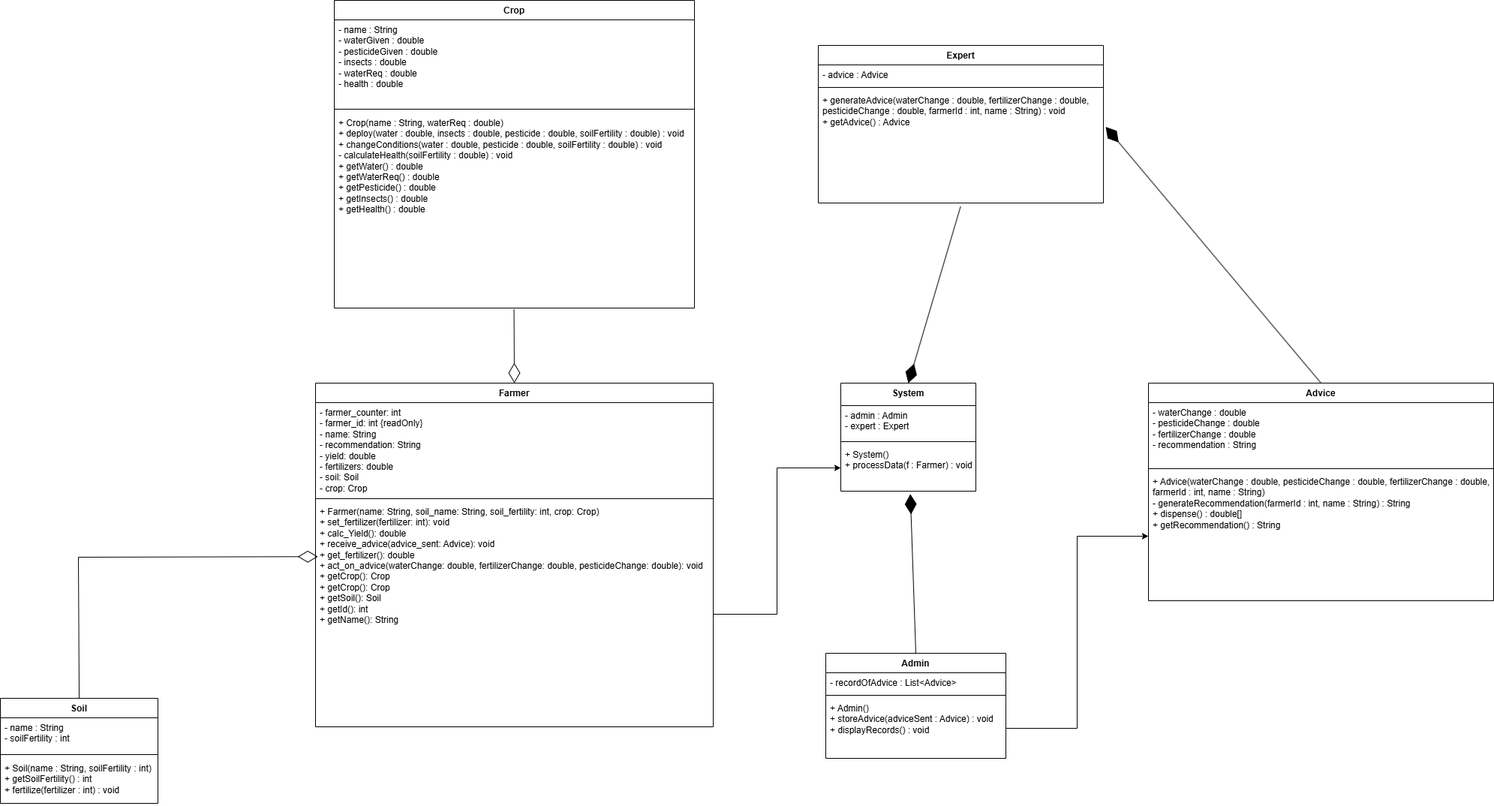
Before: CaseStudy.drawio.png, a diagram exported from draw.io (Harshadeep73/Case-Study). Source tidied: cells renumbered, new cells last; positions are measured from the earlier drawing's top-left corner, leaving out a move shared by most shapes. Its diagram source:
```xml
<mxGraphModel>
  <root>
    <mxCell id="0" />
    <mxCell id="1" parent="0" />
    <mxCell id="2" value="Farmer" style="swimlane;fontStyle=1;align=center;verticalAlign=top;horizontal=1;startSize=26;whiteSpace=wrap;html=1;" parent="1" vertex="1">
      <mxGeometry x="420" y="510" width="530" height="458" as="geometry" />
    </mxCell>
    <mxCell id="3" value="&lt;div&gt;- farmer_counter: int&lt;/div&gt;&lt;div&gt;- farmer_id: int {readOnly}&lt;/div&gt;&lt;div&gt;- name: String&lt;/div&gt;&lt;div&gt;- recommendation: String&lt;/div&gt;&lt;div&gt;- yield: double&lt;/div&gt;&lt;div&gt;- fertilizers: double&lt;/div&gt;&lt;div&gt;- soil: Soil&lt;/div&gt;&lt;div&gt;- crop: Crop&lt;/div&gt;" style="text;strokeColor=none;fillColor=none;align=left;verticalAlign=top;spacingLeft=4;spacingRight=4;overflow=hidden;whiteSpace=wrap;html=1;" parent="2" vertex="1">
      <mxGeometry y="26" width="530" height="124" as="geometry" />
    </mxCell>
    <mxCell id="4" style="line;strokeWidth=1;fillColor=none;align=left;verticalAlign=middle;spacingTop=-1;spacingLeft=3;spacingRight=3;labelPosition=right;strokeColor=inherit;" parent="2" vertex="1">
      <mxGeometry y="150" width="530" height="8" as="geometry" />
    </mxCell>
    <mxCell id="5" value="&lt;div&gt;+ Farmer(name: String, soil_name: String, soil_fertility: int, crop: Crop)&lt;/div&gt;&lt;div&gt;+ set_fertilizer(fertilizer: int): void&lt;/div&gt;&lt;div&gt;+ calc_Yield(): double&lt;/div&gt;&lt;div&gt;+ receive_advice(advice_sent: Advice): void&lt;/div&gt;&lt;div&gt;+ get_fertilizer(): double&lt;/div&gt;&lt;div&gt;+ act_on_advice(waterChange: double, fertilizerChange: double, pesticideChange: double): void&lt;/div&gt;&lt;div&gt;+ getCrop(): Crop&lt;/div&gt;&lt;div&gt;+ getCrop(): Crop&lt;/div&gt;&lt;div&gt;+ getSoil(): Soil&lt;/div&gt;&lt;div&gt;+ getId(): int&lt;/div&gt;&lt;div&gt;+ getName(): String&lt;/div&gt;" style="text;strokeColor=none;fillColor=none;align=left;verticalAlign=top;spacingLeft=4;spacingRight=4;overflow=hidden;points=[[0,0.5],[1,0.5]];portConstraint=eastwest;whiteSpace=wrap;html=1;" parent="2" vertex="1">
      <mxGeometry y="158" width="530" height="300" as="geometry" />
    </mxCell>
    <mxCell id="6" value="Crop" style="swimlane;fontStyle=1;align=center;verticalAlign=top;horizontal=1;startSize=26;whiteSpace=wrap;html=1;" parent="1" vertex="1">
      <mxGeometry x="445" width="480" height="410" as="geometry" />
    </mxCell>
    <mxCell id="7" value="- name : String&lt;br&gt;- waterGiven : double&lt;br&gt;- pesticideGiven : double&lt;br&gt;- insects : double&lt;br&gt;- waterReq : double&lt;br&gt;- health : double" style="text;strokeColor=none;fillColor=none;align=left;verticalAlign=top;spacingLeft=4;spacingRight=4;overflow=hidden;whiteSpace=wrap;html=1;" parent="6" vertex="1">
      <mxGeometry y="26" width="480" height="114" as="geometry" />
    </mxCell>
    <mxCell id="8" style="line;strokeWidth=1;fillColor=none;align=left;verticalAlign=middle;spacingTop=-1;spacingLeft=3;spacingRight=3;labelPosition=right;strokeColor=inherit;" parent="6" vertex="1">
      <mxGeometry y="140" width="480" height="10" as="geometry" />
    </mxCell>
    <mxCell id="9" value="+ Crop(name : String, waterReq : double)&lt;br&gt;+ deploy(water : double, insects : double, pesticide : double, soilFertility : double) : void&lt;br&gt;+ changeConditions(water : double, pesticide : double, soilFertility : double) : void&lt;br&gt;- calculateHealth(soilFertility : double) : void&lt;br&gt;+ getWater() : double&lt;br&gt;+ getWaterReq() : double&lt;br&gt;+ getPesticide() : double&lt;br&gt;+ getInsects() : double&lt;br&gt;+ getHealth() : double" style="text;strokeColor=none;fillColor=none;align=left;verticalAlign=top;spacingLeft=4;spacingRight=4;overflow=hidden;points=[[0,0.5],[1,0.5]];portConstraint=eastwest;whiteSpace=wrap;html=1;" parent="6" vertex="1">
      <mxGeometry y="150" width="480" height="260" as="geometry" />
    </mxCell>
    <mxCell id="10" style="edgeStyle=orthogonalEdgeStyle;rounded=0;orthogonalLoop=1;jettySize=auto;html=1;exitX=1;exitY=0.5;exitDx=0;exitDy=0;" parent="6" edge="1" source="9" target="9">
      <mxGeometry relative="1" as="geometry" />
    </mxCell>
    <mxCell id="11" style="endArrow=diamondThin;endFill=0;endSize=24;html=1;rounded=0;exitX=0.499;exitY=1.006;exitDx=0;exitDy=0;fontStyle=1;entryX=0.5;entryY=0;entryDx=0;entryDy=0;exitPerimeter=0;" parent="1" edge="1" source="9" target="2">
      <mxGeometry relative="1" as="geometry" />
    </mxCell>
    <mxCell id="12" value="Soil" style="swimlane;fontStyle=1;align=center;verticalAlign=top;horizontal=1;startSize=26;whiteSpace=wrap;html=1;" parent="1" vertex="1">
      <mxGeometry y="930" width="210" height="140" as="geometry" />
    </mxCell>
    <mxCell id="13" value="- name : String&lt;br&gt;- soilFertility : int" style="text;strokeColor=none;fillColor=none;align=left;verticalAlign=top;spacingLeft=4;spacingRight=4;overflow=hidden;whiteSpace=wrap;html=1;" parent="12" vertex="1">
      <mxGeometry y="26" width="210" height="44" as="geometry" />
    </mxCell>
    <mxCell id="14" style="line;strokeWidth=1;fillColor=none;align=left;verticalAlign=middle;spacingTop=-1;spacingLeft=3;spacingRight=3;labelPosition=right;strokeColor=inherit;" parent="12" vertex="1">
      <mxGeometry y="70" width="210" height="10" as="geometry" />
    </mxCell>
    <mxCell id="15" value="+ Soil(name : String, soilFertility : int)&lt;br&gt;+ getSoilFertility() : int&lt;br&gt;+ fertilize(fertilizer : int) : void" style="text;strokeColor=none;fillColor=none;align=left;verticalAlign=top;spacingLeft=4;spacingRight=4;overflow=hidden;whiteSpace=wrap;html=1;" parent="12" vertex="1">
      <mxGeometry y="80" width="210" height="60" as="geometry" />
    </mxCell>
    <mxCell id="16" style="endArrow=diamondThin;endFill=0;endSize=24;html=1;rounded=0;exitX=0.5;exitY=0;exitDx=0;exitDy=0;entryX=0.006;entryY=0.244;entryDx=0;entryDy=0;entryPerimeter=0;" parent="1" edge="1" source="12" target="5">
      <mxGeometry relative="1" as="geometry">
        <Array as="points">
          <mxPoint x="104" y="742" />
        </Array>
      </mxGeometry>
    </mxCell>
    <mxCell id="17" value="Admin" style="swimlane;fontStyle=1;align=center;verticalAlign=top;horizontal=1;startSize=26;whiteSpace=wrap;html=1;" parent="1" vertex="1">
      <mxGeometry x="1100" y="870" width="240" height="140" as="geometry" />
    </mxCell>
    <mxCell id="18" value="- recordOfAdvice : List&amp;lt;Advice&amp;gt;" style="text;strokeColor=none;fillColor=none;align=left;verticalAlign=top;spacingLeft=4;spacingRight=4;overflow=hidden;whiteSpace=wrap;html=1;" parent="17" vertex="1">
      <mxGeometry y="26" width="240" height="26" as="geometry" />
    </mxCell>
    <mxCell id="19" style="line;strokeWidth=1;fillColor=none;align=left;verticalAlign=middle;spacingTop=-1;spacingLeft=3;spacingRight=3;labelPosition=right;strokeColor=inherit;" parent="17" vertex="1">
      <mxGeometry y="52" width="240" height="8" as="geometry" />
    </mxCell>
    <mxCell id="20" value="+ Admin()&lt;br&gt;+ storeAdvice(adviceSent : Advice) : void&lt;br&gt;+ displayRecords() : void" style="text;strokeColor=none;fillColor=none;align=left;verticalAlign=top;spacingLeft=4;spacingRight=4;overflow=hidden;points=[[0,0.5],[1,0.5]];portConstraint=eastwest;whiteSpace=wrap;html=1;" parent="17" vertex="1">
      <mxGeometry y="60" width="240" height="80" as="geometry" />
    </mxCell>
    <mxCell id="21" value="System" style="swimlane;fontStyle=1;align=center;verticalAlign=top;horizontal=1;startSize=30;whiteSpace=wrap;html=1;" parent="1" vertex="1">
      <mxGeometry x="1120" y="510" width="180" height="144" as="geometry" />
    </mxCell>
    <mxCell id="22" value="&lt;div&gt;- admin : Admin&lt;/div&gt;&lt;div&gt;- expert : Expert&lt;/div&gt;" style="text;strokeColor=none;fillColor=none;align=left;verticalAlign=top;spacingLeft=4;spacingRight=4;overflow=hidden;whiteSpace=wrap;html=1;" parent="21" vertex="1">
      <mxGeometry y="30" width="180" height="44" as="geometry" />
    </mxCell>
    <mxCell id="23" style="line;strokeWidth=1;fillColor=none;align=left;verticalAlign=middle;spacingTop=-1;spacingLeft=3;spacingRight=3;labelPosition=right;strokeColor=inherit;" parent="21" vertex="1">
      <mxGeometry y="74" width="180" height="8" as="geometry" />
    </mxCell>
    <mxCell id="24" value="&lt;div&gt;+ System()&lt;/div&gt;&lt;div&gt;+ processData(f : Farmer) : void&lt;/div&gt;" style="text;strokeColor=none;fillColor=none;align=left;verticalAlign=top;spacingLeft=4;spacingRight=4;overflow=hidden;points=[[0,0.5],[1,0.5]];portConstraint=eastwest;whiteSpace=wrap;html=1;" parent="21" vertex="1">
      <mxGeometry y="82" width="180" height="62" as="geometry" />
    </mxCell>
    <mxCell id="25" style="endArrow=diamondThin;endFill=1;endSize=24;html=1;rounded=0;entryX=0.515;entryY=1.062;entryDx=0;entryDy=0;entryPerimeter=0;exitX=0.5;exitY=0;exitDx=0;exitDy=0;" parent="1" edge="1" source="17" target="24">
      <mxGeometry relative="1" as="geometry" />
    </mxCell>
    <mxCell id="26" style="edgeStyle=orthogonalEdgeStyle;rounded=0;jettySize=auto;html=1;exitX=1;exitY=0.5;exitDx=0;exitDy=0;entryX=0;entryY=0.5;entryDx=0;entryDy=0;" parent="1" edge="1" source="5" target="24">
      <mxGeometry relative="1" as="geometry" />
    </mxCell>
    <mxCell id="27" value="Expert" style="swimlane;fontStyle=1;align=center;verticalAlign=top;horizontal=1;startSize=26;whiteSpace=wrap;html=1;" parent="1" vertex="1">
      <mxGeometry x="1090" y="60" width="380" height="210" as="geometry" />
    </mxCell>
    <mxCell id="28" value="- advice : Advice" style="text;strokeColor=none;fillColor=none;align=left;verticalAlign=top;spacingLeft=4;spacingRight=4;overflow=hidden;whiteSpace=wrap;html=1;" parent="27" vertex="1">
      <mxGeometry y="26" width="380" height="26" as="geometry" />
    </mxCell>
    <mxCell id="29" style="line;strokeWidth=1;fillColor=none;align=left;verticalAlign=middle;spacingTop=-1;spacingLeft=3;spacingRight=3;labelPosition=right;strokeColor=inherit;" parent="27" vertex="1">
      <mxGeometry y="52" width="380" height="8" as="geometry" />
    </mxCell>
    <mxCell id="30" value="+ generateAdvice(waterChange : double, fertilizerChange : double,&lt;br&gt;                 pesticideChange : double, farmerId : int, name : String) : void&lt;br&gt;+ getAdvice() : Advice" style="text;strokeColor=none;fillColor=none;align=left;verticalAlign=top;spacingLeft=4;spacingRight=4;overflow=hidden;points=[[0,0.5],[1,0.5]];portConstraint=eastwest;whiteSpace=wrap;html=1;" parent="27" vertex="1">
      <mxGeometry y="60" width="380" height="150" as="geometry" />
    </mxCell>
    <mxCell id="31" style="endArrow=diamondThin;endFill=1;endSize=24;html=1;rounded=0;entryX=0.5;entryY=0;entryDx=0;entryDy=0;exitX=0.499;exitY=1.032;exitDx=0;exitDy=0;exitPerimeter=0;" parent="1" edge="1" source="30" target="21">
      <mxGeometry relative="1" as="geometry" />
    </mxCell>
    <mxCell id="32" value="Advice" style="swimlane;fontStyle=1;align=center;verticalAlign=top;horizontal=1;startSize=26;whiteSpace=wrap;html=1;" parent="1" vertex="1">
      <mxGeometry x="1530" y="510" width="460" height="290" as="geometry" />
    </mxCell>
    <mxCell id="33" value="- waterChange : double&lt;br&gt;- pesticideChange : double&lt;br&gt;- fertilizerChange : double&lt;br&gt;- recommendation : String" style="text;strokeColor=none;fillColor=none;align=left;verticalAlign=top;spacingLeft=4;spacingRight=4;overflow=hidden;whiteSpace=wrap;html=1;" parent="32" vertex="1">
      <mxGeometry y="26" width="460" height="84" as="geometry" />
    </mxCell>
    <mxCell id="34" style="line;strokeWidth=1;fillColor=none;align=left;verticalAlign=middle;spacingTop=-1;spacingLeft=3;spacingRight=3;labelPosition=right;strokeColor=inherit;" parent="32" vertex="1">
      <mxGeometry y="110" width="460" height="8" as="geometry" />
    </mxCell>
    <mxCell id="35" value="+ Advice(waterChange : double, pesticideChange : double, fertilizerChange : double,&lt;br&gt;         farmerId : int, name : String)&lt;br&gt;- generateRecommendation(farmerId : int, name : String) : String&lt;br&gt;+ dispense() : double[]&lt;br&gt;+ getRecommendation() : String" style="text;strokeColor=none;fillColor=none;align=left;verticalAlign=top;spacingLeft=4;spacingRight=4;overflow=hidden;points=[[0,0.5],[1,0.5]];portConstraint=eastwest;whiteSpace=wrap;html=1;" parent="32" vertex="1">
      <mxGeometry y="118" width="460" height="172" as="geometry" />
    </mxCell>
    <mxCell id="36" style="endArrow=diamondThin;endFill=1;endSize=24;html=1;rounded=0;entryX=1.008;entryY=0.324;entryDx=0;entryDy=0;entryPerimeter=0;exitX=0.5;exitY=0;exitDx=0;exitDy=0;" parent="1" edge="1" source="32" target="30">
      <mxGeometry relative="1" as="geometry" />
    </mxCell>
    <mxCell id="37" style="edgeStyle=orthogonalEdgeStyle;rounded=0;jettySize=auto;html=1;exitX=1;exitY=0.5;exitDx=0;exitDy=0;entryX=0;entryY=0.5;entryDx=0;entryDy=0;" parent="1" edge="1" source="20" target="35">
      <mxGeometry relative="1" as="geometry" />
    </mxCell>
  </root>
</mxGraphModel>
```
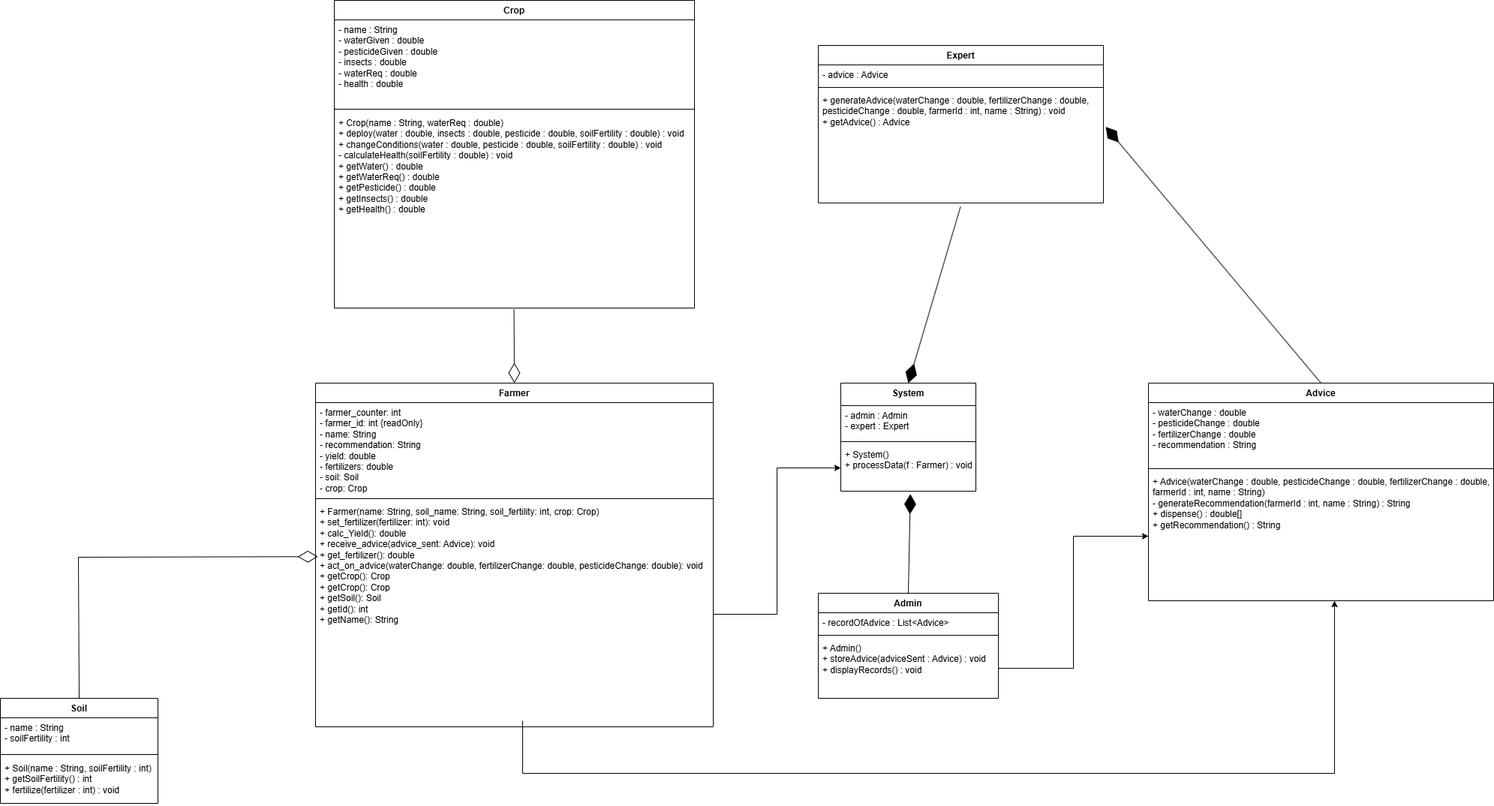
The same file after the commit.

The edit, as a diff of the source:
```diff
@@ -52,7 +52,7 @@
       </mxGeometry>
     </mxCell>
     <mxCell id="17" value="Admin" style="swimlane;fontStyle=1;align=center;verticalAlign=top;horizontal=1;startSize=26;whiteSpace=wrap;html=1;" parent="1" vertex="1">
-      <mxGeometry x="1100" y="870" width="240" height="140" as="geometry" />
+      <mxGeometry x="1090" y="790" width="240" height="140" as="geometry" />
     </mxCell>
     <mxCell id="18" value="- recordOfAdvice : List&amp;lt;Advice&amp;gt;" style="text;strokeColor=none;fillColor=none;align=left;verticalAlign=top;spacingLeft=4;spacingRight=4;overflow=hidden;whiteSpace=wrap;html=1;" parent="17" vertex="1">
       <mxGeometry y="26" width="240" height="26" as="geometry" />
@@ -78,7 +78,7 @@
     <mxCell id="25" style="endArrow=diamondThin;endFill=1;endSize=24;html=1;rounded=0;entryX=0.515;entryY=1.062;entryDx=0;entryDy=0;entryPerimeter=0;exitX=0.5;exitY=0;exitDx=0;exitDy=0;" parent="1" edge="1" source="17" target="24">
       <mxGeometry relative="1" as="geometry" />
     </mxCell>
-    <mxCell id="26" style="edgeStyle=orthogonalEdgeStyle;rounded=0;jettySize=auto;html=1;exitX=1;exitY=0.5;exitDx=0;exitDy=0;entryX=0;entryY=0.5;entryDx=0;entryDy=0;" parent="1" edge="1" source="5" target="24">
+    <mxCell id="26" style="edgeStyle=orthogonalEdgeStyle;rounded=0;jettySize=auto;html=1;exitX=1;exitY=0.5;exitDx=0;exitDy=0;entryX=0;entryY=0.5;entryDx=0;entryDy=0;curved=0;" parent="1" edge="1" source="5" target="24">
       <mxGeometry relative="1" as="geometry" />
     </mxCell>
     <mxCell id="27" value="Expert" style="swimlane;fontStyle=1;align=center;verticalAlign=top;horizontal=1;startSize=26;whiteSpace=wrap;html=1;" parent="1" vertex="1">
@@ -114,5 +114,15 @@
     <mxCell id="37" style="edgeStyle=orthogonalEdgeStyle;rounded=0;jettySize=auto;html=1;exitX=1;exitY=0.5;exitDx=0;exitDy=0;entryX=0;entryY=0.5;entryDx=0;entryDy=0;" parent="1" edge="1" source="20" target="35">
       <mxGeometry relative="1" as="geometry" />
     </mxCell>
+    <mxCell id="38" style="edgeStyle=orthogonalEdgeStyle;rounded=0;orthogonalLoop=1;jettySize=auto;html=1;" parent="1" edge="1">
+      <mxGeometry relative="1" as="geometry">
+        <mxPoint x="696" y="960" as="sourcePoint" />
+        <mxPoint x="1778" y="800" as="targetPoint" />
+        <Array as="points">
+          <mxPoint x="696" y="1030" />
+          <mxPoint x="1778" y="1030" />
+        </Array>
+      </mxGeometry>
+    </mxCell>
   </root>
 </mxGraphModel>
```
